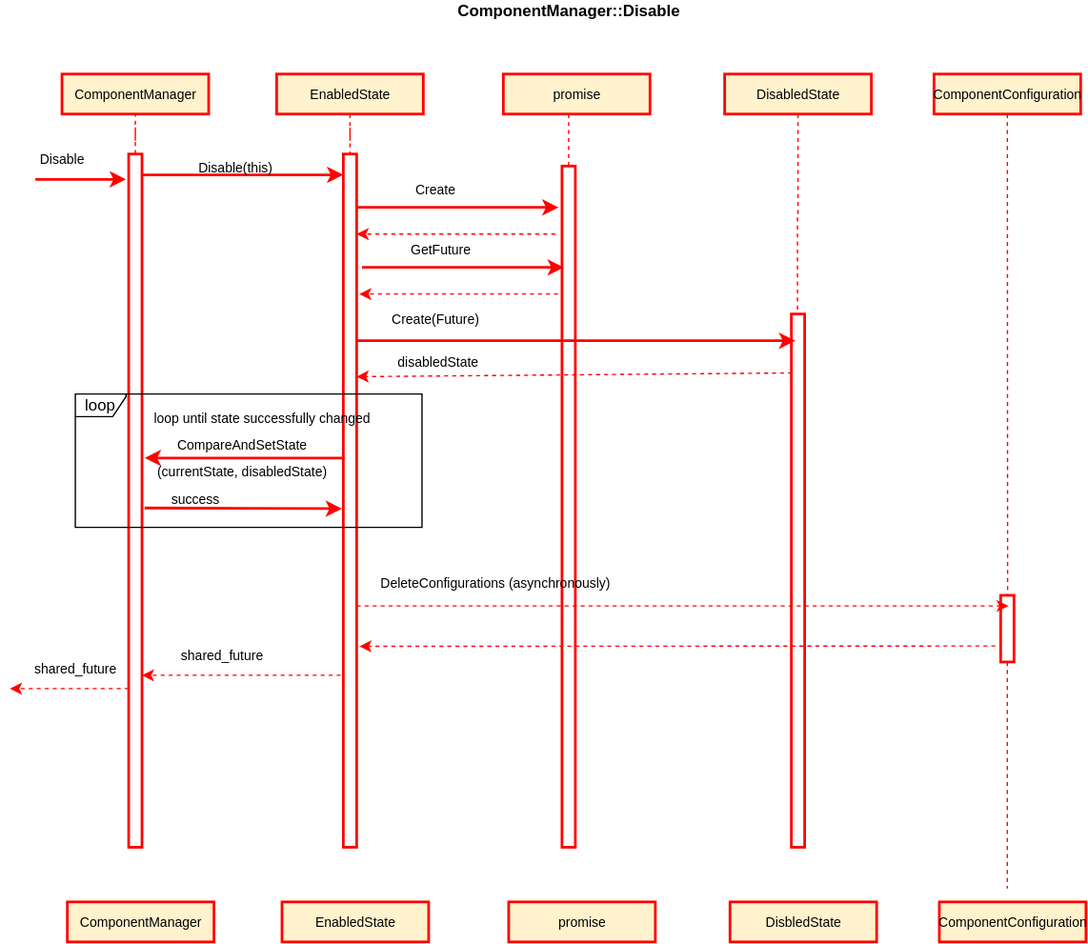
This is text/0003-declarative-services/ComponentManagerDisable.svg from CppMicroServices/rfcs, a draw.io export, as it was before one commit. Source tidied: cells renumbered, new cells last; positions are measured from the earlier drawing's top-left corner, leaving out a move shared by most shapes.
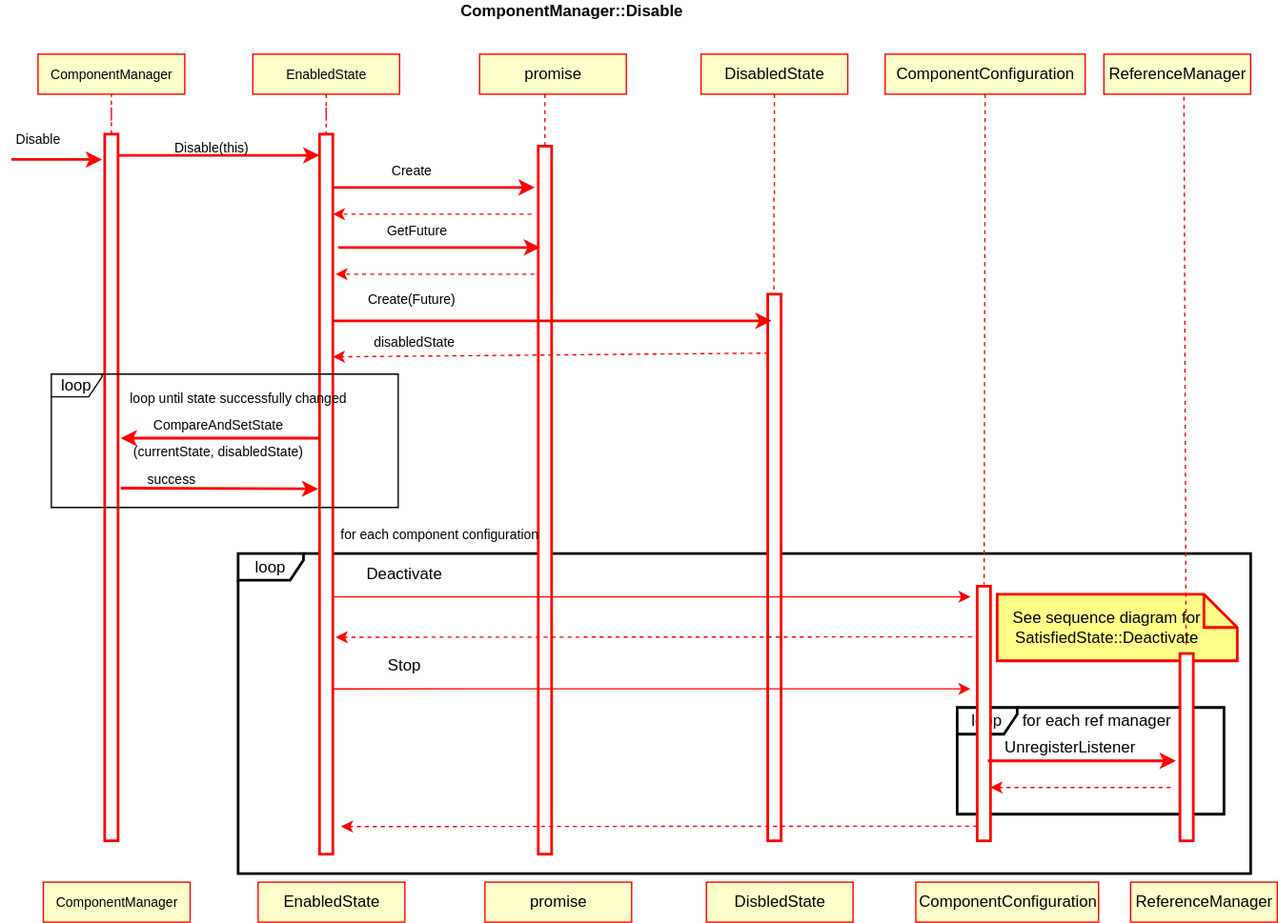
Above is the later version.

What changed in the source:
```diff
@@ -2,19 +2,25 @@
   <root>
     <mxCell id="0" />
     <mxCell id="1" parent="0" />
+    <mxCell id="52" value="loop" style="shape=umlFrame;whiteSpace=wrap;html=1;strokeWidth=2;width=45;height=20;" parent="1" vertex="1">
+      <mxGeometry x="728" y="545" width="200" height="80" as="geometry" />
+    </mxCell>
+    <mxCell id="53" value="loop" style="shape=umlFrame;whiteSpace=wrap;html=1;strokeColor=#000000;strokeWidth=2;width=49;height=20;" parent="1" vertex="1">
+      <mxGeometry x="189" y="429.5" width="759" height="240" as="geometry" />
+    </mxCell>
     <mxCell id="2" style="html=1;points=[];perimeter=orthogonalPerimeter;strokeWidth=2;strokeColor=#FF0000;" parent="1" vertex="1">
-      <mxGeometry x="250" y="115" width="10" height="520" as="geometry" />
+      <mxGeometry x="250" y="115" width="10" height="540" as="geometry" />
     </mxCell>
     <mxCell id="3" style="edgeStyle=orthogonalEdgeStyle;rounded=0;jettySize=auto;html=1;dashed=1;endArrow=none;endFill=0;strokeColor=#FF0000;strokeWidth=1;" parent="1" edge="1" source="4" target="2">
       <mxGeometry relative="1" as="geometry" />
     </mxCell>
-    <mxCell id="4" value="&lt;span style=&quot;font-size: 10px&quot;&gt;EnabledState&lt;/span&gt;" style="html=1;strokeWidth=2;fillColor=#fff2cc;strokeColor=#FF0000;" parent="1" vertex="1">
+    <mxCell id="4" value="&lt;span style=&quot;font-size: 10px&quot;&gt;EnabledState&lt;/span&gt;" style="html=1;strokeWidth=1;strokeColor=#FF0000;fillColor=#FFFFCC;" parent="1" vertex="1">
       <mxGeometry x="200" y="55" width="110" height="30" as="geometry" />
     </mxCell>
     <mxCell id="5" value="&lt;font style=&quot;font-size: 12px&quot;&gt;&lt;b&gt;ComponentManager::Disable&lt;br&gt;&lt;br&gt;&lt;/b&gt;&lt;/font&gt;" style="text;html=1;align=center;verticalAlign=middle;fontSize=10;" parent="1" vertex="1">
-      <mxGeometry x="329" width="180" height="30" as="geometry" />
+      <mxGeometry x="349" y="15" width="180" height="30" as="geometry" />
     </mxCell>
-    <mxCell id="6" value="&lt;font style=&quot;font-size: 10px&quot;&gt;promise&lt;/font&gt;" style="html=1;strokeWidth=2;fontSize=10;fillColor=#fff2cc;strokeColor=#FF0000;" parent="1" vertex="1">
+    <mxCell id="6" value="&lt;font style=&quot;font-size: 12px;&quot;&gt;promise&lt;/font&gt;" style="html=1;strokeWidth=1;fontSize=12;strokeColor=#FF0000;fillColor=#FFFFCC;" parent="1" vertex="1">
       <mxGeometry x="370" y="55" width="110" height="30" as="geometry" />
     </mxCell>
     <mxCell id="7" style="rounded=0;orthogonalLoop=1;jettySize=auto;html=1;dashed=1;endArrow=none;endFill=0;strokeWidth=1;strokeColor=#FF0000;" parent="1" edge="1">
@@ -26,37 +32,32 @@
     <mxCell id="8" style="edgeStyle=orthogonalEdgeStyle;rounded=0;jettySize=auto;html=1;entryX=0.46;entryY=-0.006;entryDx=0;entryDy=0;entryPerimeter=0;endArrow=none;endFill=0;strokeColor=#FF0000;strokeWidth=1;dashed=1;" parent="1" edge="1" source="9" target="16">
       <mxGeometry relative="1" as="geometry" />
     </mxCell>
-    <mxCell id="9" value="&lt;font style=&quot;font-size: 10px&quot;&gt;DisabledState&lt;/font&gt;" style="html=1;strokeWidth=2;fontSize=10;fillColor=#fff2cc;strokeColor=#FF0000;" parent="1" vertex="1">
+    <mxCell id="9" value="&lt;font style=&quot;font-size: 12px;&quot;&gt;DisabledState&lt;/font&gt;" style="html=1;strokeWidth=1;fontSize=12;strokeColor=#FF0000;fillColor=#FFFFCC;" parent="1" vertex="1">
       <mxGeometry x="536" y="55" width="110" height="30" as="geometry" />
     </mxCell>
     <mxCell id="10" style="edgeStyle=none;rounded=0;jettySize=auto;html=1;dashed=1;startArrow=none;startFill=0;endArrow=none;endFill=0;strokeWidth=1;fontSize=10;entryX=0.52;entryY=-0.007;entryDx=0;entryDy=0;entryPerimeter=0;strokeColor=#FF0000;" parent="1" edge="1" source="11" target="18">
       <mxGeometry relative="1" as="geometry" />
     </mxCell>
-    <mxCell id="11" value="&lt;font style=&quot;font-size: 10px&quot;&gt;ComponentConfiguration&lt;/font&gt;" style="html=1;strokeWidth=2;fontSize=10;fillColor=#fff2cc;strokeColor=#FF0000;" parent="1" vertex="1">
-      <mxGeometry x="693" y="55" width="110" height="30" as="geometry" />
+    <mxCell id="11" value="&lt;font style=&quot;font-size: 12px;&quot;&gt;ComponentConfiguration&lt;/font&gt;" style="html=1;strokeWidth=1;fontSize=12;strokeColor=#FF0000;fillColor=#FFFFCC;" parent="1" vertex="1">
+      <mxGeometry x="674" y="55" width="150" height="30" as="geometry" />
     </mxCell>
-    <mxCell id="12" value="&lt;span style=&quot;font-size: 10px&quot;&gt;ComponentManager&lt;/span&gt;" style="html=1;strokeWidth=2;fillColor=#fff2cc;strokeColor=#FF0000;" parent="1" vertex="1">
+    <mxCell id="12" value="&lt;span style=&quot;font-size: 10px&quot;&gt;ComponentManager&lt;/span&gt;" style="html=1;strokeWidth=1;strokeColor=#FF0000;fillColor=#FFFFCC;" parent="1" vertex="1">
       <mxGeometry x="39" y="55" width="110" height="30" as="geometry" />
     </mxCell>
     <mxCell id="13" style="edgeStyle=orthogonalEdgeStyle;rounded=0;jettySize=auto;html=1;strokeColor=#FF0000;strokeWidth=1;endArrow=none;endFill=0;dashed=1;" parent="1" edge="1" source="14" target="12">
       <mxGeometry relative="1" as="geometry" />
     </mxCell>
     <mxCell id="14" style="html=1;points=[];perimeter=orthogonalPerimeter;strokeWidth=2;strokeColor=#FF0000;" parent="1" vertex="1">
-      <mxGeometry x="89" y="115" width="10" height="520" as="geometry" />
+      <mxGeometry x="89" y="115" width="10" height="530" as="geometry" />
     </mxCell>
     <mxCell id="15" style="html=1;perimeter=orthogonalPerimeter;strokeWidth=2;strokeColor=#FF0000;" parent="1" vertex="1">
-      <mxGeometry x="414" y="124" width="10" height="511" as="geometry" />
+      <mxGeometry x="414" y="124" width="10" height="531" as="geometry" />
     </mxCell>
     <mxCell id="16" style="html=1;points=[];perimeter=orthogonalPerimeter;strokeWidth=2;strokeColor=#FF0000;" parent="1" vertex="1">
-      <mxGeometry x="586" y="235" width="10" height="400" as="geometry" />
+      <mxGeometry x="586" y="235" width="10" height="410" as="geometry" />
     </mxCell>
-    <mxCell id="17" style="edgeStyle=orthogonalEdgeStyle;rounded=0;jettySize=auto;html=1;dashed=1;endArrow=none;endFill=0;strokeColor=#FF0000;strokeWidth=1;" parent="1" edge="1" source="18">
-      <mxGeometry relative="1" as="geometry">
-        <mxPoint x="748" y="666" as="targetPoint" />
-      </mxGeometry>
-    </mxCell>
     <mxCell id="18" style="html=1;points=[];perimeter=orthogonalPerimeter;strokeWidth=2;strokeColor=#FF0000;" parent="1" vertex="1">
-      <mxGeometry x="743" y="446" width="10" height="50" as="geometry" />
+      <mxGeometry x="743" y="454" width="10" height="191" as="geometry" />
     </mxCell>
     <mxCell id="19" style="endArrow=classic;html=1;strokeWidth=2;strokeColor=#FF0000;" parent="1" edge="1">
       <mxGeometry relative="1" as="geometry">
@@ -133,10 +134,10 @@
     <mxCell id="35" value="&lt;font style=&quot;font-size: 10px&quot;&gt;(currentState, disabledState)&lt;br&gt;&lt;/font&gt;" style="text;html=1;align=center;verticalAlign=middle;" parent="1" vertex="1">
       <mxGeometry x="104" y="343" width="140" height="20" as="geometry" />
     </mxCell>
-    <mxCell id="36" style="endArrow=classic;html=1;strokeColor=#FF0000;strokeWidth=1;exitX=0.96;exitY=0.03;exitDx=0;exitDy=0;exitPerimeter=0;dashed=1;" parent="1" edge="1">
+    <mxCell id="36" style="endArrow=classic;html=1;strokeColor=#FF0000;strokeWidth=1;exitX=0.96;exitY=0.03;exitDx=0;exitDy=0;exitPerimeter=0;" parent="1" edge="1">
       <mxGeometry relative="1" as="geometry">
-        <mxPoint x="260" y="454" as="sourcePoint" />
-        <mxPoint x="749" y="454" as="targetPoint" />
+        <mxPoint x="260" y="462" as="sourcePoint" />
+        <mxPoint x="738" y="462" as="targetPoint" />
       </mxGeometry>
     </mxCell>
     <mxCell id="37" style="endArrow=classic;html=1;strokeColor=#FF0000;strokeWidth=2;exitX=1.2;exitY=0.329;exitDx=0;exitDy=0;exitPerimeter=0;" parent="1" edge="1">
@@ -148,53 +149,91 @@
     <mxCell id="38" value="&lt;font style=&quot;font-size: 10px&quot;&gt;success&lt;/font&gt;" style="text;html=1;align=center;verticalAlign=middle;" parent="1" vertex="1">
       <mxGeometry x="114" y="364" width="50" height="20" as="geometry" />
     </mxCell>
-    <mxCell id="39" value="&lt;font style=&quot;font-size: 10px&quot;&gt;DeleteConfigurations (asynchronously)&lt;/font&gt;" style="text;html=1;align=center;verticalAlign=middle;" parent="1" vertex="1">
-      <mxGeometry x="269" y="427" width="190" height="20" as="geometry" />
+    <mxCell id="39" value="&lt;font style=&quot;font-size: 10px&quot;&gt;for each component configuration&lt;/font&gt;" style="text;html=1;align=center;verticalAlign=middle;" parent="1" vertex="1">
+      <mxGeometry x="260" y="405" width="160" height="20" as="geometry" />
     </mxCell>
     <mxCell id="40" style="endArrow=classic;html=1;strokeColor=#FF0000;strokeWidth=1;dashed=1;" parent="1" edge="1">
       <mxGeometry relative="1" as="geometry">
-        <mxPoint x="739" y="484" as="sourcePoint" />
-        <mxPoint x="262.1" y="484.3" as="targetPoint" />
+        <mxPoint x="739" y="492" as="sourcePoint" />
+        <mxPoint x="262.1" y="492.3" as="targetPoint" />
       </mxGeometry>
     </mxCell>
-    <mxCell id="41" style="endArrow=classic;html=1;strokeColor=#FF0000;strokeWidth=1;dashed=1;" parent="1" edge="1">
-      <mxGeometry relative="1" as="geometry">
-        <mxPoint x="248" y="506" as="sourcePoint" />
-        <mxPoint x="99" y="506" as="targetPoint" />
-      </mxGeometry>
-    </mxCell>
-    <mxCell id="42" value="&lt;font style=&quot;font-size: 10px&quot;&gt;shared_future&lt;/font&gt;" style="text;html=1;align=center;verticalAlign=middle;" parent="1" vertex="1">
-      <mxGeometry x="119" y="481" width="80" height="20" as="geometry" />
-    </mxCell>
-    <mxCell id="43" style="endArrow=classic;html=1;strokeColor=#FF0000;strokeWidth=1;dashed=1;" parent="1" edge="1">
-      <mxGeometry relative="1" as="geometry">
-        <mxPoint x="89" y="516" as="sourcePoint" />
-        <mxPoint y="516" as="targetPoint" />
-      </mxGeometry>
-    </mxCell>
-    <mxCell id="44" value="&lt;font style=&quot;font-size: 10px&quot;&gt;shared_future&lt;/font&gt;" style="text;html=1;align=center;verticalAlign=middle;" parent="1" vertex="1">
-      <mxGeometry x="9" y="491" width="80" height="20" as="geometry" />
-    </mxCell>
     <mxCell id="45" value="loop" style="shape=umlFrame;whiteSpace=wrap;html=1;width=38;height=17;" parent="1" vertex="1">
       <mxGeometry x="49" y="295" width="260" height="100" as="geometry" />
     </mxCell>
-    <mxCell id="46" value="&lt;span style=&quot;font-size: 10px&quot;&gt;EnabledState&lt;/span&gt;" style="html=1;strokeWidth=2;fillColor=#fff2cc;strokeColor=#FF0000;" parent="1" vertex="1">
+    <mxCell id="46" value="&lt;span style=&quot;font-size: 12px;&quot;&gt;EnabledState&lt;/span&gt;" style="html=1;strokeWidth=1;strokeColor=#FF0000;fillColor=#FFFFCC;fontSize=12;" parent="1" vertex="1">
       <mxGeometry x="204" y="676" width="110" height="30" as="geometry" />
     </mxCell>
-    <mxCell id="47" value="&lt;font style=&quot;font-size: 10px&quot;&gt;promise&lt;/font&gt;" style="html=1;strokeWidth=2;fontSize=10;fillColor=#fff2cc;strokeColor=#FF0000;" parent="1" vertex="1">
+    <mxCell id="47" value="&lt;font style=&quot;font-size: 12px;&quot;&gt;promise&lt;/font&gt;" style="html=1;strokeWidth=1;fontSize=12;strokeColor=#FF0000;fillColor=#FFFFCC;" parent="1" vertex="1">
       <mxGeometry x="374" y="676" width="110" height="30" as="geometry" />
     </mxCell>
-    <mxCell id="48" value="&lt;font style=&quot;font-size: 10px&quot;&gt;DisbledState&lt;/font&gt;" style="html=1;strokeWidth=2;fontSize=10;fillColor=#fff2cc;strokeColor=#FF0000;" parent="1" vertex="1">
+    <mxCell id="48" value="&lt;font style=&quot;font-size: 12px;&quot;&gt;DisbledState&lt;/font&gt;" style="html=1;strokeWidth=1;fontSize=12;strokeColor=#FF0000;fillColor=#FFFFCC;" parent="1" vertex="1">
       <mxGeometry x="540" y="676" width="110" height="30" as="geometry" />
     </mxCell>
-    <mxCell id="49" value="&lt;font style=&quot;font-size: 10px&quot;&gt;ComponentConfiguration&lt;/font&gt;" style="html=1;strokeWidth=2;fontSize=10;fillColor=#fff2cc;strokeColor=#FF0000;" parent="1" vertex="1">
-      <mxGeometry x="697" y="676" width="110" height="30" as="geometry" />
+    <mxCell id="49" value="&lt;font style=&quot;font-size: 12px;&quot;&gt;ComponentConfiguration&lt;/font&gt;" style="html=1;strokeWidth=1;fontSize=12;strokeColor=#FF0000;fillColor=#FFFFCC;" parent="1" vertex="1">
+      <mxGeometry x="697" y="676" width="137" height="30" as="geometry" />
     </mxCell>
-    <mxCell id="50" value="&lt;span style=&quot;font-size: 10px&quot;&gt;ComponentManager&lt;/span&gt;" style="html=1;strokeWidth=2;fillColor=#fff2cc;strokeColor=#FF0000;" parent="1" vertex="1">
+    <mxCell id="50" value="&lt;span style=&quot;font-size: 10px&quot;&gt;ComponentManager&lt;/span&gt;" style="html=1;strokeWidth=1;strokeColor=#FF0000;fillColor=#FFFFCC;" parent="1" vertex="1">
       <mxGeometry x="43" y="676" width="110" height="30" as="geometry" />
     </mxCell>
     <mxCell id="51" value="&lt;font style=&quot;font-size: 10px&quot;&gt;loop until state successfully changed&lt;/font&gt;" style="text;html=1;align=center;verticalAlign=middle;" parent="1" vertex="1">
       <mxGeometry x="99" y="303" width="180" height="20" as="geometry" />
     </mxCell>
+    <mxCell id="54" value="Deactivate" style="text;html=1;strokeColor=none;fillColor=none;align=center;verticalAlign=middle;whiteSpace=wrap;rounded=0;" parent="1" vertex="1">
+      <mxGeometry x="294" y="435" width="40" height="20" as="geometry" />
+    </mxCell>
+    <mxCell id="55" style="endArrow=classic;html=1;strokeColor=#FF0000;strokeWidth=1;exitX=0.96;exitY=0.03;exitDx=0;exitDy=0;exitPerimeter=0;" parent="1" edge="1">
+      <mxGeometry relative="1" as="geometry">
+        <mxPoint x="260" y="531" as="sourcePoint" />
+        <mxPoint x="738" y="531" as="targetPoint" />
+      </mxGeometry>
+    </mxCell>
+    <mxCell id="56" style="endArrow=classic;html=1;strokeColor=#FF0000;strokeWidth=1;dashed=1;" parent="1" edge="1">
+      <mxGeometry relative="1" as="geometry">
+        <mxPoint x="743" y="634" as="sourcePoint" />
+        <mxPoint x="266.1" y="634.3" as="targetPoint" />
+      </mxGeometry>
+    </mxCell>
+    <mxCell id="57" value="Stop" style="text;html=1;strokeColor=none;fillColor=none;align=center;verticalAlign=middle;whiteSpace=wrap;rounded=0;" parent="1" vertex="1">
+      <mxGeometry x="294" y="504" width="40" height="20" as="geometry" />
+    </mxCell>
+    <mxCell id="58" style="shape=note2;boundedLbl=1;whiteSpace=wrap;html=1;size=25;verticalAlign=top;align=center;strokeWidth=2;fillColor=#ffff88;strokeColor=#FF0000;" parent="1" vertex="1">
+      <mxGeometry x="758" y="460" width="180" height="50" as="geometry" />
+    </mxCell>
+    <mxCell id="59" value="for each ref manager" style="text;html=1;strokeColor=none;fillColor=none;align=center;verticalAlign=middle;whiteSpace=wrap;rounded=0;" parent="1" vertex="1">
+      <mxGeometry x="743" y="545" width="180" height="20" as="geometry" />
+    </mxCell>
+    <mxCell id="60" value="&lt;font style=&quot;font-size: 12px;&quot;&gt;ReferenceManager&lt;/font&gt;" style="html=1;strokeWidth=1;fontSize=12;strokeColor=#FF0000;fillColor=#FFFFCC;" parent="1" vertex="1">
+      <mxGeometry x="838" y="55" width="110" height="30" as="geometry" />
+    </mxCell>
+    <mxCell id="61" style="edgeStyle=none;rounded=0;jettySize=auto;html=1;dashed=1;startArrow=none;startFill=0;endArrow=none;endFill=0;strokeWidth=1;fontSize=10;entryX=0.46;entryY=-0.034;entryDx=0;entryDy=0;entryPerimeter=0;strokeColor=#FF0000;" parent="1" edge="1" target="62">
+      <mxGeometry relative="1" as="geometry">
+        <mxPoint x="898" y="86.9" as="sourcePoint" />
+      </mxGeometry>
+    </mxCell>
+    <mxCell id="62" style="html=1;points=[];perimeter=orthogonalPerimeter;strokeWidth=2;strokeColor=#FF0000;" parent="1" vertex="1">
+      <mxGeometry x="895" y="504.5" width="10" height="140.5" as="geometry" />
+    </mxCell>
+    <mxCell id="63" style="endArrow=classic;html=1;strokeColor=#FF0000;strokeWidth=2;exitX=0.96;exitY=0.03;exitDx=0;exitDy=0;exitPerimeter=0;" parent="1" edge="1">
+      <mxGeometry relative="1" as="geometry">
+        <mxPoint x="751" y="585" as="sourcePoint" />
+        <mxPoint x="892" y="585" as="targetPoint" />
+      </mxGeometry>
+    </mxCell>
+    <mxCell id="64" value="UnregisterListener" style="text;html=1;strokeColor=none;fillColor=none;align=center;verticalAlign=middle;whiteSpace=wrap;rounded=0;" parent="1" vertex="1">
+      <mxGeometry x="748" y="565" width="130" height="20" as="geometry" />
+    </mxCell>
+    <mxCell id="65" style="endArrow=classic;html=1;strokeColor=#FF0000;strokeWidth=1;dashed=1;" parent="1" edge="1">
+      <mxGeometry relative="1" as="geometry">
+        <mxPoint x="888" y="605" as="sourcePoint" />
+        <mxPoint x="753" y="605" as="targetPoint" />
+      </mxGeometry>
+    </mxCell>
+    <mxCell id="66" value="&lt;font style=&quot;font-size: 12px;&quot;&gt;ReferenceManager&lt;/font&gt;" style="html=1;strokeWidth=1;fontSize=12;strokeColor=#FF0000;fillColor=#FFFFCC;" parent="1" vertex="1">
+      <mxGeometry x="858" y="676" width="110" height="30" as="geometry" />
+    </mxCell>
+    <mxCell id="67" value="See sequence diagram for SatisfiedState::Deactivate" style="text;html=1;strokeColor=none;fillColor=none;align=center;verticalAlign=middle;whiteSpace=wrap;rounded=0;" parent="1" vertex="1">
+      <mxGeometry x="758" y="475" width="165" height="20" as="geometry" />
+    </mxCell>
   </root>
 </mxGraphModel>
```
